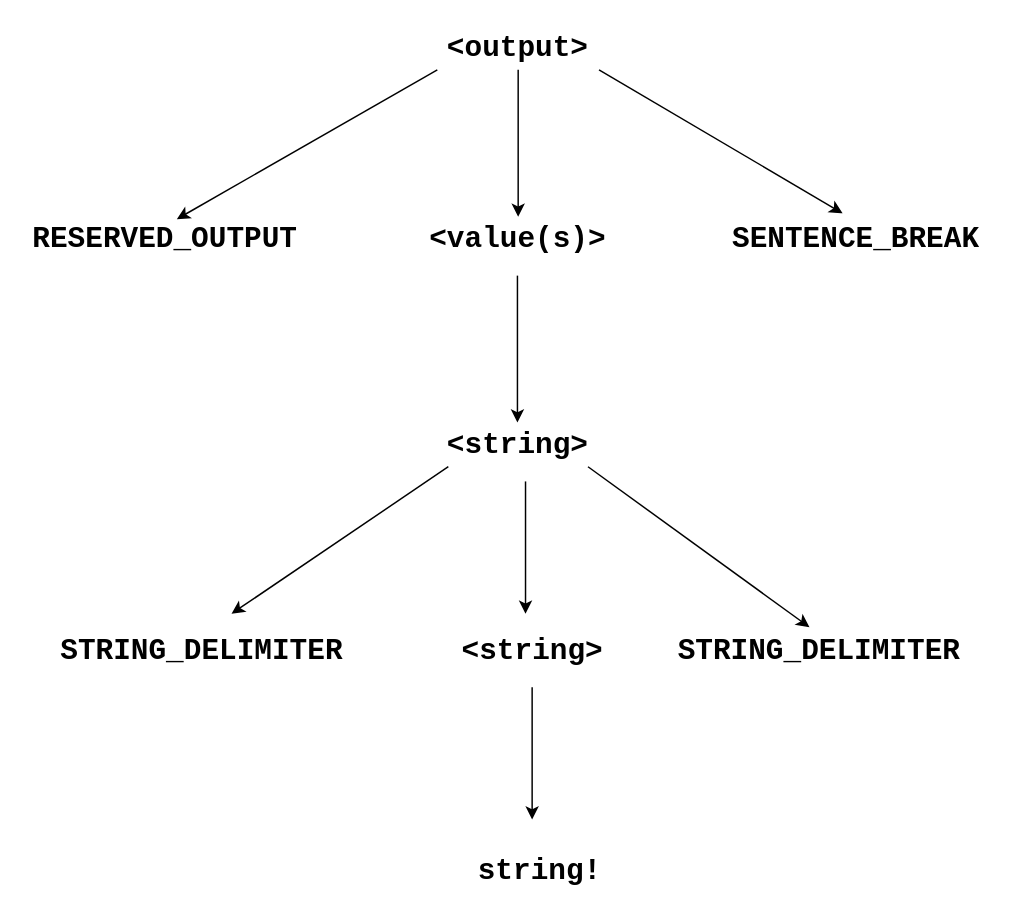
Above: output.drawio in MonaJea-Ng/Projects (draw.io), before the change. Source tidied: cells renumbered, new cells numbered last; positions are measured from the earlier drawing's top-left corner, leaving out a move shared by most shapes. Both pictures are drawn from the tidied source at 147%, with x=0, y=0 at pixel (25, 25).
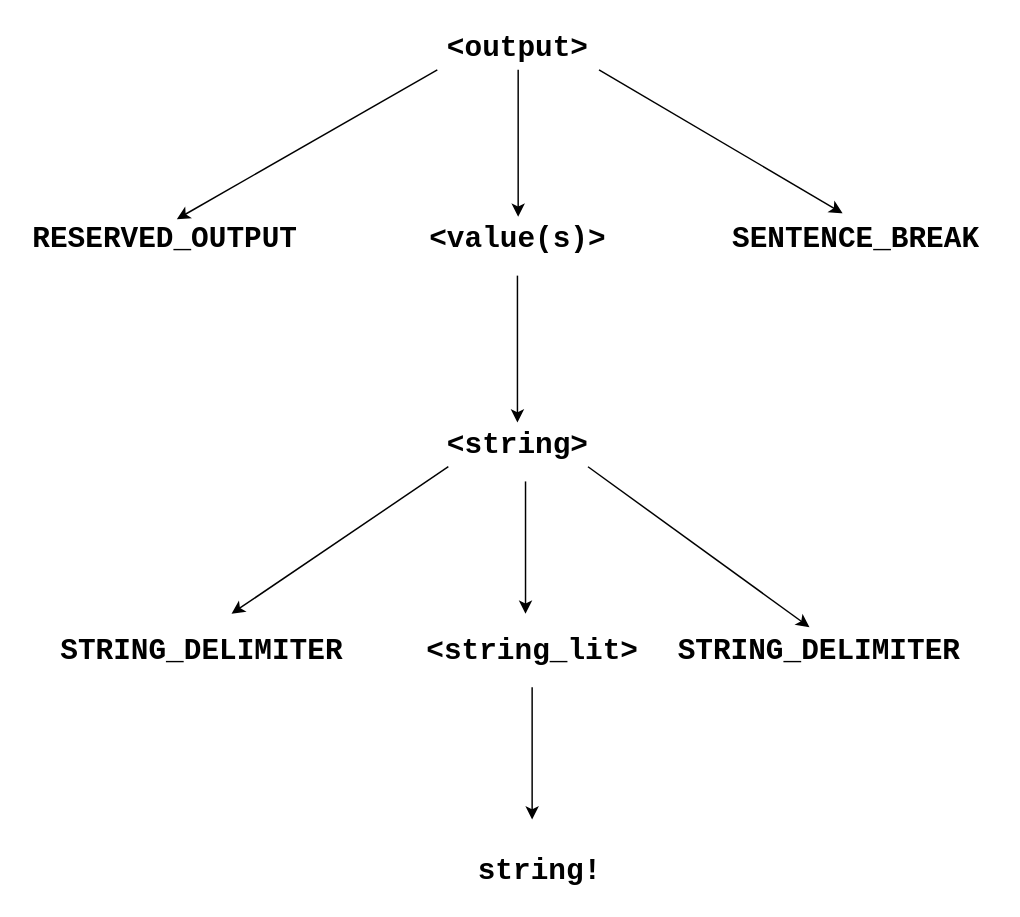
The same diagram, later.

What changed in the source:
```diff
@@
-    <mxCell id="16" value="&lt;font style=&quot;font-size: 20px;&quot; face=&quot;Courier New&quot;&gt;&lt;b&gt;&amp;lt;string&amp;gt;&lt;/b&gt;&lt;/font&gt;" style="text;html=1;strokeColor=none;fillColor=none;align=center;verticalAlign=middle;whiteSpace=wrap;rounded=0;" parent="1" vertex="1">
+    <mxCell id="16" value="&lt;font style=&quot;font-size: 20px;&quot; face=&quot;Courier New&quot;&gt;&lt;b&gt;&amp;lt;string_lit&amp;gt;&lt;/b&gt;&lt;/font&gt;" style="text;html=1;strokeColor=none;fillColor=none;align=center;verticalAlign=middle;whiteSpace=wrap;rounded=0;" parent="1" vertex="1">
       <mxGeometry x="250" y="410" width="190" height="30" as="geometry" />
     </mxCell>
```
